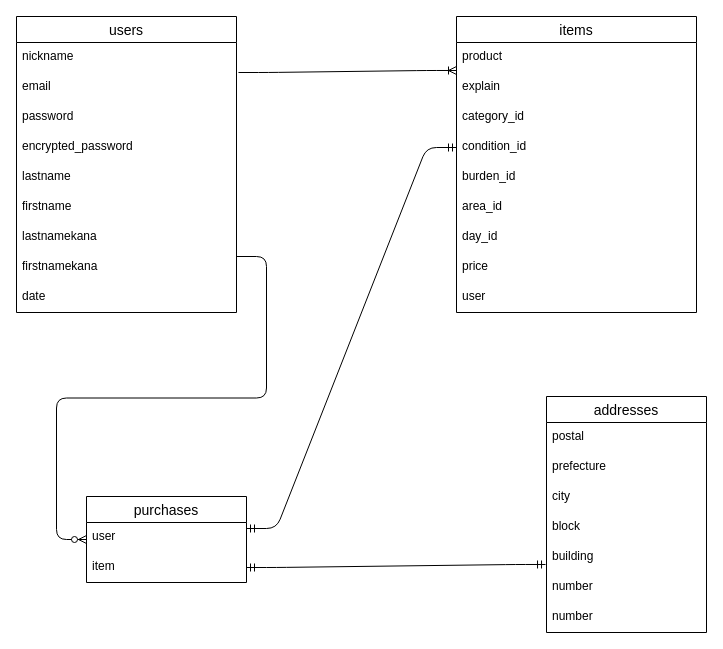
sugastreet22/furima-32555 keeps this draw.io diagram as test.dio. Above is the earlier version. Source tidied: cells renumbered, new cells numbered last; positions are measured from the earlier drawing's top-left corner, leaving out a move shared by most shapes. Both pictures are drawn from the tidied source at 100%, with x=0, y=0 at pixel (16, 16).
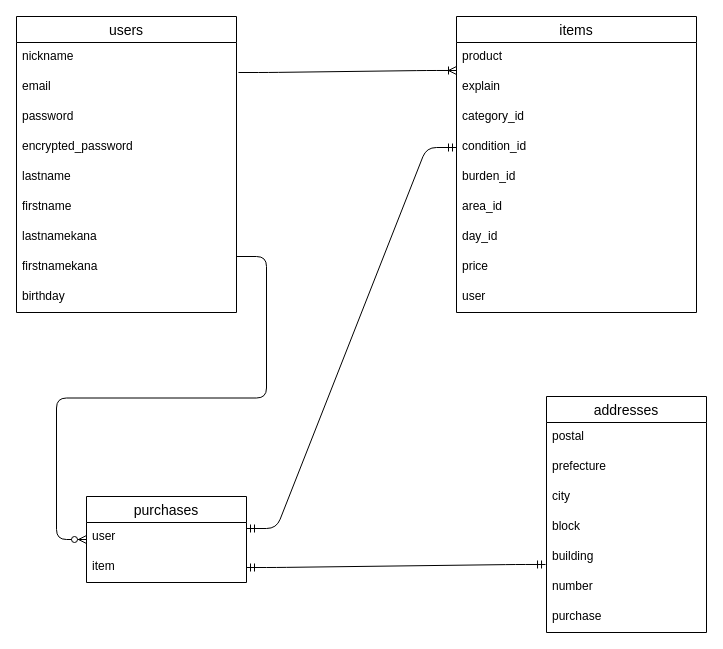
The same diagram, later.

The change refers to these unchanged cells:
```xml
<mxCell id="2" value="users" style="swimlane;fontStyle=0;horizontal=1;startSize=26;align=center;fontSize=14;" parent="1" vertex="1">
  <mxGeometry width="220" height="296" as="geometry" />
</mxCell>
<mxCell id="28" value="addresses" style="swimlane;fontStyle=0;horizontal=1;startSize=26;align=center;fontSize=14;" parent="1" vertex="1">
  <mxGeometry x="530" y="380" width="160" height="236" as="geometry" />
</mxCell>
```

What changed in the source:
```diff
@@
-    <mxCell id="11" value="date" style="text;strokeColor=none;fillColor=none;spacingLeft=4;spacingRight=4;overflow=hidden;fontSize=12;" parent="2" vertex="1">
+    <mxCell id="11" value="birthday" style="text;strokeColor=none;fillColor=none;spacingLeft=4;spacingRight=4;overflow=hidden;fontSize=12;" parent="2" vertex="1">
       <mxGeometry y="266" width="220" height="30" as="geometry" />
     </mxCell>
@@
-    <mxCell id="35" value="number" style="text;strokeColor=none;fillColor=none;spacingLeft=4;spacingRight=4;overflow=hidden;fontSize=12;" parent="28" vertex="1">
+    <mxCell id="35" value="purchase" style="text;strokeColor=none;fillColor=none;spacingLeft=4;spacingRight=4;overflow=hidden;fontSize=12;" parent="28" vertex="1">
       <mxGeometry y="206" width="160" height="30" as="geometry" />
     </mxCell>
```
